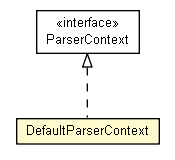
This is apidocs/net/trajano/jetng/internal/DefaultParserContext.png from trajano/jetng, a Graphviz export, as it was before one commit. Its source is kept beside it as apidocs/net/trajano/jetng/internal/DefaultParserContext.dot.
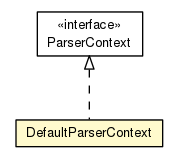
The same diagram one commit later.

Diff of the diagram source:
```diff
@@ -1,19 +1,19 @@
 
 digraph G {
-	edge [fontname="arial",fontsize=10,labelfontname="arial",labelfontsize=10];
-	node [fontname="arial",fontsize=10,shape=plaintext];
+	edge [fontname="Helvetica",fontsize=10,labelfontname="Helvetica",labelfontsize=10];
+	node [fontname="Helvetica",fontsize=10,shape=plaintext];
 	nodesep=0.25;
 	ranksep=0.5;
-	c199 [label=<<table title="net.trajano.jetng.ParserContext" border="0" cellborder="1" cellspacing="0" cellpadding="2" port="p" href="../ParserContext.html">
+	c206 [label=<<table title="net.trajano.jetng.ParserContext" border="0" cellborder="1" cellspacing="0" cellpadding="2" port="p" href="../ParserContext.html">
 		<tr><td><table border="0" cellspacing="0" cellpadding="1">
 <tr><td align="center" balign="center"> &#171;interface&#187; </td></tr>
 <tr><td align="center" balign="center"> ParserContext </td></tr>
 		</table></td></tr>
-		</table>>, URL="../ParserContext.html", fontname="arial", fontcolor="black", fontsize=10.0];
-	c210 [label=<<table title="net.trajano.jetng.internal.DefaultParserContext" border="0" cellborder="1" cellspacing="0" cellpadding="2" port="p" bgcolor="lemonChiffon" href="./DefaultParserContext.html">
+		</table>>, URL="../ParserContext.html", fontname="Helvetica", fontcolor="black", fontsize=10.0];
+	c208 [label=<<table title="net.trajano.jetng.internal.DefaultParserContext" border="0" cellborder="1" cellspacing="0" cellpadding="2" port="p" bgcolor="lemonChiffon" href="./DefaultParserContext.html">
 		<tr><td><table border="0" cellspacing="0" cellpadding="1">
 <tr><td align="center" balign="center"> DefaultParserContext </td></tr>
 		</table></td></tr>
-		</table>>, URL="./DefaultParserContext.html", fontname="arial", fontcolor="black", fontsize=10.0];
-	c199:p -> c210:p [dir=back,arrowtail=empty,style=dashed];
+		</table>>, URL="./DefaultParserContext.html", fontname="Helvetica", fontcolor="black", fontsize=10.0];
+	c206:p -> c208:p [dir=back,arrowtail=empty,style=dashed];
 }
```
